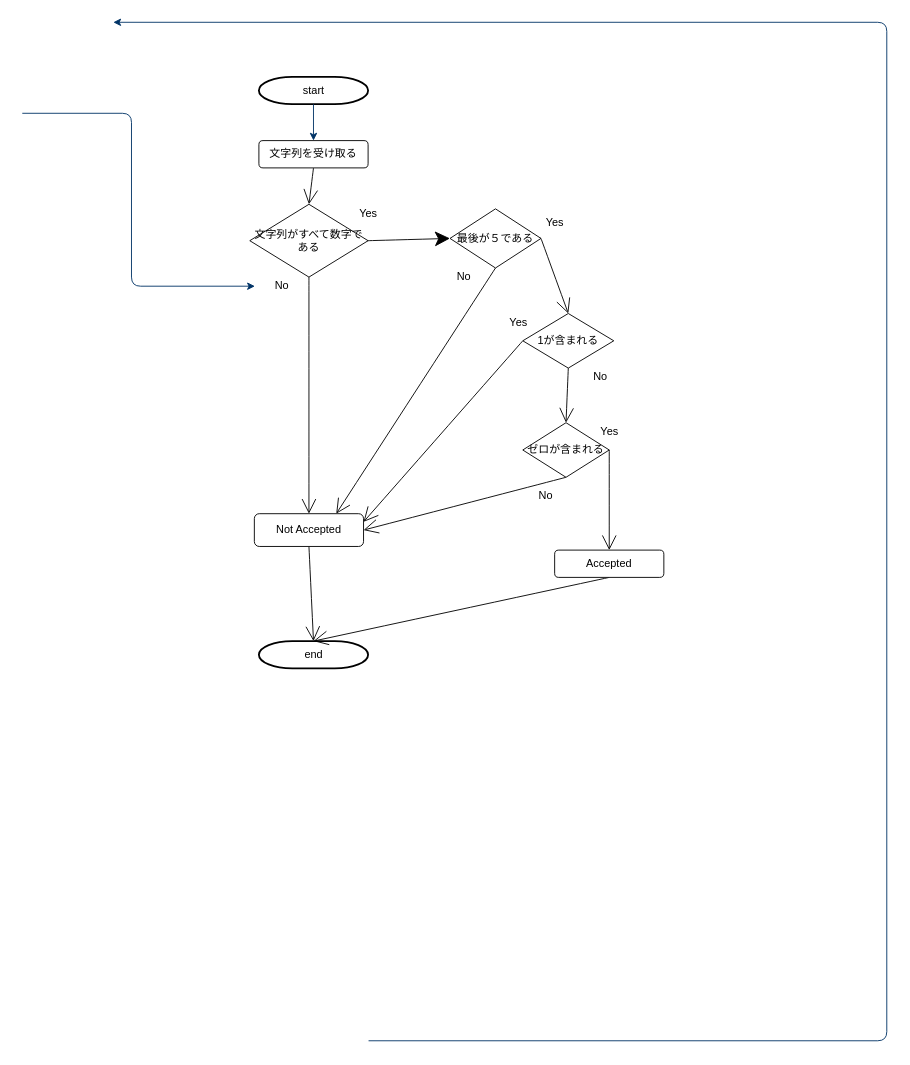
This is EX/Untitled Diagram.drawio from Okakakai/InformationExperiment2-Perl, a draw.io file, before an edit. Source tidied: cells renumbered, new cells numbered last; positions are measured from the earlier drawing's top-left corner, leaving out a move shared by most shapes. Both pictures are drawn from the tidied source at 91%, with x=0, y=0 at pixel (22, 22).
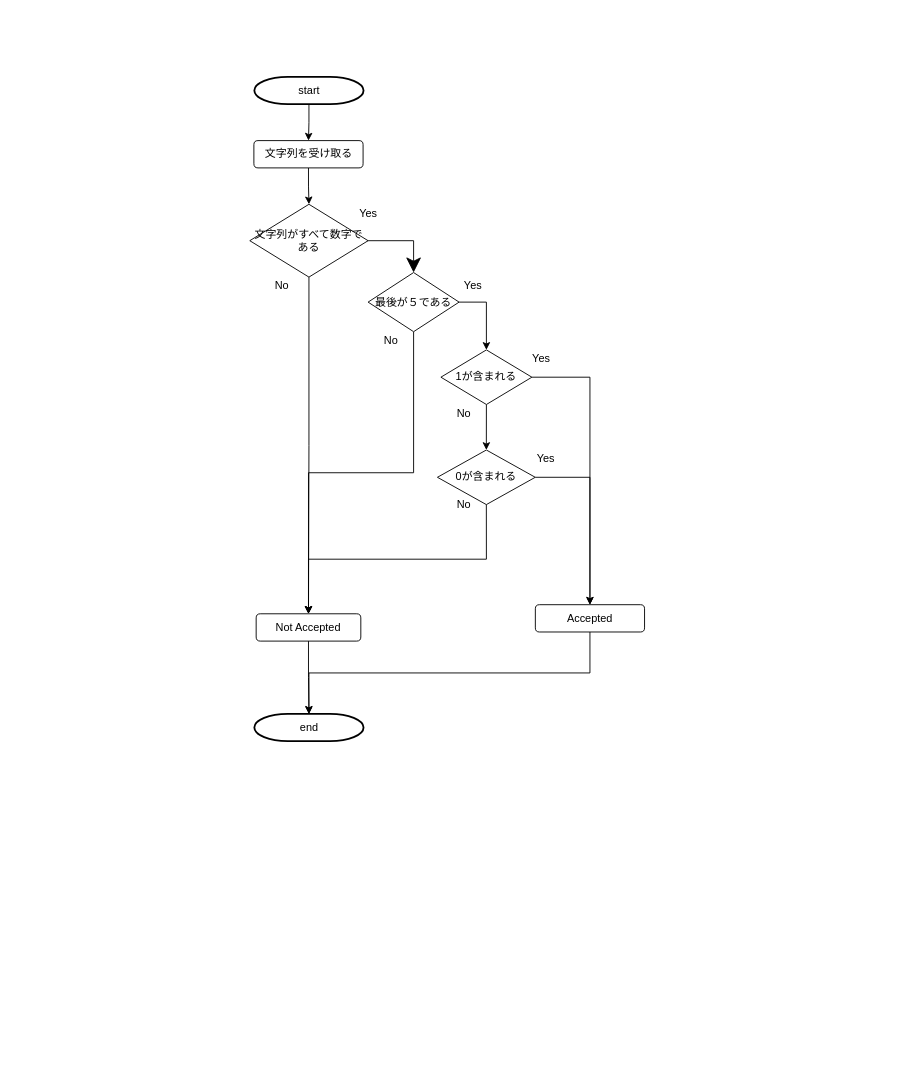
The same page after the edit.

The change refers to these unchanged cells:
```xml
<mxCell id="11" value="文字列がすべて数字である" style="rhombus;whiteSpace=wrap;html=1;hachureGap=4;" parent="1" vertex="1">
  <mxGeometry x="250" y="200" width="130" height="80" as="geometry" />
</mxCell>
```

Diff of the diagram source:
```diff
@@
+    <mxCell id="36" style="edgeStyle=orthogonalEdgeStyle;rounded=0;jettySize=auto;html=1;exitX=0.5;exitY=1;exitDx=0;exitDy=0;exitPerimeter=0;entryX=0.5;entryY=0;entryDx=0;entryDy=0;" parent="1" edge="1" source="2" target="8">
+      <mxGeometry relative="1" as="geometry" />
+    </mxCell>
     <mxCell id="2" value="start" style="shape=mxgraph.flowchart.terminator;strokeWidth=2;gradientColor=none;gradientDirection=north;fontStyle=0;html=1;" parent="1" vertex="1">
-      <mxGeometry x="260" y="60" width="120" height="30" as="geometry" />
+      <mxGeometry x="255" y="60" width="120" height="30" as="geometry" />
     </mxCell>
-    <mxCell id="3" style="fontStyle=1;strokeColor=#003366;strokeWidth=1;html=1;" parent="1" edge="1" source="2">
-      <mxGeometry relative="1" as="geometry">
-        <mxPoint x="320" y="130" as="targetPoint" />
-      </mxGeometry>
-    </mxCell>
     <mxCell id="4" value="end" style="shape=mxgraph.flowchart.terminator;strokeWidth=2;gradientColor=none;gradientDirection=north;fontStyle=0;html=1;" parent="1" vertex="1">
-      <mxGeometry x="260" y="680" width="120" height="30" as="geometry" />
+      <mxGeometry x="255" y="760" width="120" height="30" as="geometry" />
     </mxCell>
-    <mxCell id="5" style="edgeStyle=elbowEdgeStyle;elbow=horizontal;exitX=1;exitY=0.5;exitPerimeter=0;entryX=0.905;entryY=0.5;entryPerimeter=0;fontStyle=1;strokeColor=#003366;strokeWidth=1;html=1;" parent="1" edge="1">
-      <mxGeometry as="geometry">
-        <mxPoint x="380.5" y="1119.2" as="sourcePoint" />
-        <mxPoint x="100" as="targetPoint" />
-        <Array as="points">
-          <mxPoint x="950" y="1320" />
-        </Array>
-      </mxGeometry>
-    </mxCell>
-    <mxCell id="6" style="edgeStyle=elbowEdgeStyle;elbow=horizontal;exitX=0;exitY=0.5;exitPerimeter=0;entryX=0.095;entryY=0.5;entryPerimeter=0;fontStyle=1;strokeColor=#003366;strokeWidth=1;html=1;" parent="1" edge="1">
-      <mxGeometry as="geometry">
-        <mxPoint y="100" as="sourcePoint" />
-        <mxPoint x="255.6" y="290" as="targetPoint" />
-        <Array as="points">
-          <mxPoint x="120" y="970" />
-        </Array>
-      </mxGeometry>
-    </mxCell>
-    <mxCell id="7" style="edgeStyle=none;curved=1;rounded=0;jettySize=auto;html=1;exitX=0.5;exitY=1;exitDx=0;exitDy=0;entryX=0.5;entryY=0;entryDx=0;entryDy=0;endArrow=open;startSize=14;endSize=14;sourcePerimeterSpacing=8;targetPerimeterSpacing=8;" parent="1" edge="1" source="8" target="11">
+    <mxCell id="7" style="edgeStyle=orthogonalEdgeStyle;rounded=0;jettySize=auto;html=1;exitX=0.5;exitY=1;exitDx=0;exitDy=0;entryX=0.5;entryY=0;entryDx=0;entryDy=0;" parent="1" edge="1" source="8" target="11">
       <mxGeometry relative="1" as="geometry" />
     </mxCell>
     <mxCell id="8" value="文字列を受け取る" style="rounded=1;whiteSpace=wrap;html=1;hachureGap=4;" parent="1" vertex="1">
-      <mxGeometry x="260" y="130" width="120" height="30" as="geometry" />
+      <mxGeometry x="254.5" y="130" width="120" height="30" as="geometry" />
     </mxCell>
@@
-    <mxCell id="10" style="edgeStyle=none;curved=1;rounded=0;jettySize=auto;html=1;exitX=0.5;exitY=1;exitDx=0;exitDy=0;entryX=0.5;entryY=0;entryDx=0;entryDy=0;endArrow=open;startSize=14;endSize=14;sourcePerimeterSpacing=8;targetPerimeterSpacing=8;" parent="1" edge="1" source="11" target="24">
+    <mxCell id="10" style="edgeStyle=orthogonalEdgeStyle;rounded=0;jettySize=auto;html=1;exitX=0.5;exitY=1;exitDx=0;exitDy=0;entryX=0.5;entryY=0;entryDx=0;entryDy=0;" parent="1" edge="1" source="11" target="24">
       <mxGeometry relative="1" as="geometry" />
     </mxCell>
@@
-    <mxCell id="12" style="edgeStyle=none;curved=1;rounded=0;jettySize=auto;html=1;exitX=1;exitY=0.5;exitDx=0;exitDy=0;endArrow=open;startSize=14;endSize=14;sourcePerimeterSpacing=8;targetPerimeterSpacing=8;" parent="1" edge="1" source="16">
-      <mxGeometry relative="1" as="geometry">
-        <mxPoint x="542" y="237.5" as="targetPoint" />
-      </mxGeometry>
-    </mxCell>
-    <mxCell id="13" style="edgeStyle=none;curved=1;rounded=0;jettySize=auto;html=1;exitX=1;exitY=0.5;exitDx=0;exitDy=0;endArrow=open;startSize=14;endSize=14;sourcePerimeterSpacing=8;targetPerimeterSpacing=8;" parent="1" edge="1" source="16">
-      <mxGeometry relative="1" as="geometry">
-        <mxPoint x="542" y="237.5" as="targetPoint" />
-      </mxGeometry>
-    </mxCell>
-    <mxCell id="14" style="edgeStyle=none;curved=1;rounded=0;jettySize=auto;html=1;exitX=1;exitY=0.5;exitDx=0;exitDy=0;entryX=0.5;entryY=0;entryDx=0;entryDy=0;endArrow=open;startSize=14;endSize=14;sourcePerimeterSpacing=8;targetPerimeterSpacing=8;" parent="1" edge="1" source="16" target="22">
+    <mxCell id="14" style="edgeStyle=orthogonalEdgeStyle;rounded=0;jettySize=auto;html=1;exitX=1;exitY=0.5;exitDx=0;exitDy=0;" parent="1" edge="1" source="16" target="22">
       <mxGeometry relative="1" as="geometry" />
     </mxCell>
-    <mxCell id="15" style="edgeStyle=none;curved=1;rounded=0;jettySize=auto;html=1;exitX=0.5;exitY=1;exitDx=0;exitDy=0;entryX=0.75;entryY=0;entryDx=0;entryDy=0;endArrow=open;startSize=14;endSize=14;sourcePerimeterSpacing=8;targetPerimeterSpacing=8;" parent="1" edge="1" source="16" target="24">
+    <mxCell id="15" style="edgeStyle=orthogonalEdgeStyle;rounded=0;jettySize=auto;html=1;exitX=0.5;exitY=1;exitDx=0;exitDy=0;entryX=0.5;entryY=0;entryDx=0;entryDy=0;" parent="1" edge="1" source="16" target="24">
       <mxGeometry relative="1" as="geometry" />
     </mxCell>
     <mxCell id="16" value="最後が５である" style="rhombus;whiteSpace=wrap;html=1;hachureGap=4;" parent="1" vertex="1">
-      <mxGeometry x="470" y="205" width="100" height="65" as="geometry" />
+      <mxGeometry x="380" y="275" width="100" height="65" as="geometry" />
     </mxCell>
-    <mxCell id="17" style="edgeStyle=none;curved=1;rounded=0;jettySize=auto;html=1;exitX=1;exitY=0.5;exitDx=0;exitDy=0;entryX=0.5;entryY=0;entryDx=0;entryDy=0;endArrow=open;startSize=14;endSize=14;sourcePerimeterSpacing=8;targetPerimeterSpacing=8;" parent="1" edge="1" source="19" target="27">
+    <mxCell id="17" style="edgeStyle=orthogonalEdgeStyle;rounded=0;jettySize=auto;html=1;exitX=1;exitY=0.5;exitDx=0;exitDy=0;entryX=0.5;entryY=0;entryDx=0;entryDy=0;" parent="1" edge="1" source="19" target="27">
       <mxGeometry relative="1" as="geometry" />
     </mxCell>
-    <mxCell id="18" style="edgeStyle=none;curved=1;rounded=0;jettySize=auto;html=1;exitX=0.5;exitY=1;exitDx=0;exitDy=0;entryX=1;entryY=0.5;entryDx=0;entryDy=0;endArrow=open;startSize=14;endSize=14;sourcePerimeterSpacing=8;targetPerimeterSpacing=8;" parent="1" edge="1" source="19" target="24">
+    <mxCell id="18" style="edgeStyle=orthogonalEdgeStyle;rounded=0;jettySize=auto;html=1;exitX=0.5;exitY=1;exitDx=0;exitDy=0;" parent="1" edge="1" source="19" target="24">
       <mxGeometry relative="1" as="geometry" />
     </mxCell>
-    <mxCell id="19" value="ゼロが含まれる" style="rhombus;whiteSpace=wrap;html=1;hachureGap=4;" parent="1" vertex="1">
-      <mxGeometry x="550" y="440" width="95" height="60" as="geometry" />
+    <mxCell id="19" value="0が含まれる" style="rhombus;whiteSpace=wrap;html=1;hachureGap=4;" parent="1" vertex="1">
+      <mxGeometry x="456.2" y="470" width="107.5" height="60" as="geometry" />
     </mxCell>
-    <mxCell id="20" style="edgeStyle=none;curved=1;rounded=0;jettySize=auto;html=1;exitX=0.5;exitY=1;exitDx=0;exitDy=0;entryX=0.5;entryY=0;entryDx=0;entryDy=0;endArrow=open;startSize=14;endSize=14;sourcePerimeterSpacing=8;targetPerimeterSpacing=8;" parent="1" edge="1" source="22" target="19">
+    <mxCell id="20" style="edgeStyle=orthogonalEdgeStyle;rounded=0;jettySize=auto;html=1;exitX=0.5;exitY=1;exitDx=0;exitDy=0;entryX=0.5;entryY=0;entryDx=0;entryDy=0;" parent="1" edge="1" source="22" target="19">
       <mxGeometry relative="1" as="geometry" />
     </mxCell>
-    <mxCell id="21" style="edgeStyle=none;curved=1;rounded=0;jettySize=auto;html=1;exitX=0;exitY=0.5;exitDx=0;exitDy=0;entryX=1;entryY=0.25;entryDx=0;entryDy=0;endArrow=open;startSize=14;endSize=14;sourcePerimeterSpacing=8;targetPerimeterSpacing=8;" parent="1" edge="1" source="22" target="24">
-      <mxGeometry relative="1" as="geometry" />
-    </mxCell>
+    <mxCell id="37" style="edgeStyle=orthogonalEdgeStyle;rounded=0;jettySize=auto;html=1;exitX=1;exitY=0.5;exitDx=0;exitDy=0;entryX=0.5;entryY=0;entryDx=0;entryDy=0;" parent="1" edge="1" source="22" target="27">
+      <mxGeometry relative="1" as="geometry" />
+    </mxCell>
     <mxCell id="22" value="1が含まれる" style="rhombus;whiteSpace=wrap;html=1;hachureGap=4;" parent="1" vertex="1">
-      <mxGeometry x="550" y="320" width="100" height="60" as="geometry" />
+      <mxGeometry x="460" y="360" width="100" height="60" as="geometry" />
     </mxCell>
-    <mxCell id="23" style="edgeStyle=none;curved=1;rounded=0;jettySize=auto;html=1;exitX=0.5;exitY=1;exitDx=0;exitDy=0;entryX=0.5;entryY=0;entryDx=0;entryDy=0;entryPerimeter=0;endArrow=open;startSize=14;endSize=14;sourcePerimeterSpacing=8;targetPerimeterSpacing=8;" parent="1" edge="1" source="24" target="4">
+    <mxCell id="23" style="edgeStyle=orthogonalEdgeStyle;rounded=0;jettySize=auto;html=1;exitX=0.5;exitY=1;exitDx=0;exitDy=0;entryX=0.5;entryY=0;entryDx=0;entryDy=0;entryPerimeter=0;" parent="1" edge="1" source="24" target="4">
       <mxGeometry relative="1" as="geometry" />
     </mxCell>
     <mxCell id="24" value="Not Accepted" style="rounded=1;whiteSpace=wrap;html=1;hachureGap=4;" parent="1" vertex="1">
-      <mxGeometry x="255" y="540" width="120" height="36" as="geometry" />
+      <mxGeometry x="257" y="650" width="115" height="30" as="geometry" />
     </mxCell>
-    <mxCell id="25" style="endArrow=classic;html=1;rounded=0;startSize=14;endSize=14;sourcePerimeterSpacing=8;targetPerimeterSpacing=8;curved=1;exitX=1;exitY=0.5;exitDx=0;exitDy=0;entryX=0;entryY=0.5;entryDx=0;entryDy=0;" parent="1" edge="1" source="11" target="16">
+    <mxCell id="25" style="endArrow=classic;html=1;rounded=0;startSize=14;endSize=14;sourcePerimeterSpacing=8;targetPerimeterSpacing=8;exitX=1;exitY=0.5;exitDx=0;exitDy=0;entryX=0.5;entryY=0;entryDx=0;entryDy=0;edgeStyle=orthogonalEdgeStyle;" parent="1" edge="1" source="11" target="16">
       <mxGeometry relative="1" as="geometry" />
     </mxCell>
-    <mxCell id="26" style="edgeStyle=none;curved=1;rounded=0;jettySize=auto;html=1;exitX=0.5;exitY=1;exitDx=0;exitDy=0;entryX=0.5;entryY=0;entryDx=0;entryDy=0;entryPerimeter=0;endArrow=open;startSize=14;endSize=14;sourcePerimeterSpacing=8;targetPerimeterSpacing=8;" parent="1" edge="1" source="27" target="4">
+    <mxCell id="26" style="edgeStyle=orthogonalEdgeStyle;rounded=0;jettySize=auto;html=1;exitX=0.5;exitY=1;exitDx=0;exitDy=0;entryX=0.5;entryY=0;entryDx=0;entryDy=0;entryPerimeter=0;" parent="1" edge="1" source="27" target="4">
       <mxGeometry relative="1" as="geometry" />
     </mxCell>
     <mxCell id="27" value="Accepted" style="rounded=1;whiteSpace=wrap;html=1;hachureGap=4;" parent="1" vertex="1">
-      <mxGeometry x="585" y="580" width="120" height="30" as="geometry" />
+      <mxGeometry x="563.8" y="640" width="120" height="30" as="geometry" />
     </mxCell>
@@
     <mxCell id="29" value="Yes" style="text;html=1;align=center;verticalAlign=middle;strokeColor=none;fillColor=none;hachureGap=4;" parent="1" vertex="1">
-      <mxGeometry x="570" y="210" width="30" height="20" as="geometry" />
+      <mxGeometry x="555" y="360" width="30" height="20" as="geometry" />
     </mxCell>
     <mxCell id="30" value="Yes" style="text;html=1;align=center;verticalAlign=middle;strokeColor=none;fillColor=none;hachureGap=4;" parent="1" vertex="1">
-      <mxGeometry x="530" y="320" width="30" height="20" as="geometry" />
+      <mxGeometry x="480" y="280" width="30" height="20" as="geometry" />
     </mxCell>
     <mxCell id="31" value="Yes" style="text;html=1;align=center;verticalAlign=middle;strokeColor=none;fillColor=none;hachureGap=4;" parent="1" vertex="1">
-      <mxGeometry x="630" y="440" width="30" height="20" as="geometry" />
+      <mxGeometry x="560" y="470" width="30" height="20" as="geometry" />
     </mxCell>
-    <mxCell id="32" value="No" style="text;html=1;align=center;verticalAlign=middle;strokeColor=none;fillColor=none;hachureGap=4;" parent="1" vertex="1">
-      <mxGeometry x="470" y="270" width="30" height="20" as="geometry" />
-    </mxCell>
@@
     <mxCell id="34" value="No" style="text;html=1;align=center;verticalAlign=middle;strokeColor=none;fillColor=none;hachureGap=4;" parent="1" vertex="1">
-      <mxGeometry x="620" y="380" width="30" height="20" as="geometry" />
+      <mxGeometry x="470" y="420" width="30" height="20" as="geometry" />
     </mxCell>
     <mxCell id="35" value="No" style="text;html=1;align=center;verticalAlign=middle;strokeColor=none;fillColor=none;hachureGap=4;" parent="1" vertex="1">
-      <mxGeometry x="560" y="510" width="30" height="20" as="geometry" />
+      <mxGeometry x="470" y="520" width="30" height="20" as="geometry" />
     </mxCell>
+    <mxCell id="38" style="edgeStyle=orthogonalEdgeStyle;rounded=0;orthogonalLoop=1;jettySize=auto;html=1;exitX=0.5;exitY=1;exitDx=0;exitDy=0;" parent="1" edge="1" source="24" target="24">
+      <mxGeometry relative="1" as="geometry" />
+    </mxCell>
+    <mxCell id="32" value="No" style="text;html=1;align=center;verticalAlign=middle;strokeColor=none;fillColor=none;" parent="1" vertex="1">
+      <mxGeometry x="390" y="340" width="30" height="20" as="geometry" />
+    </mxCell>
```
